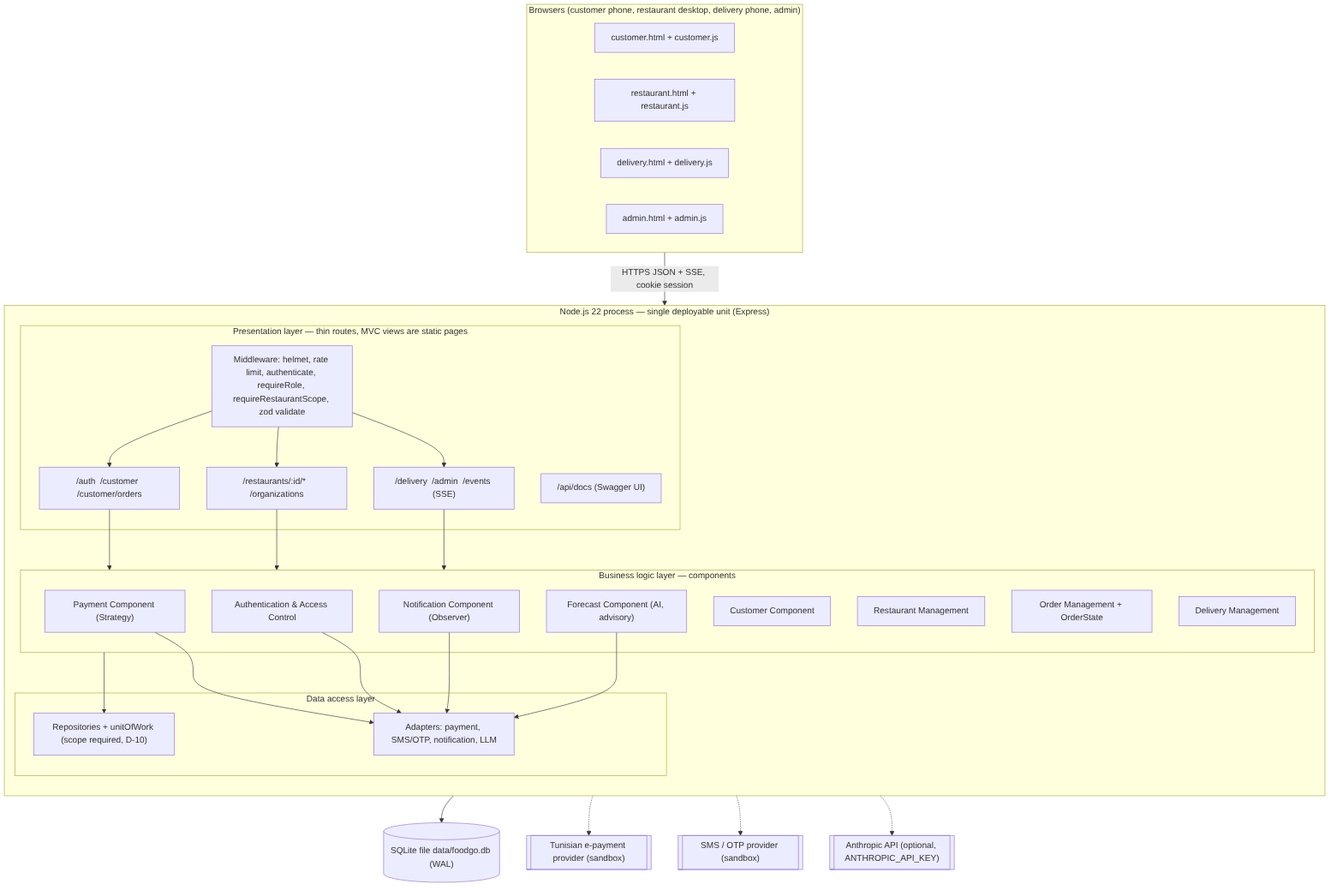
The Mermaid diagram docs/uml/component-deployment.png in HamzaBL04/FoodGO, before a commit. Its source is kept beside it as docs/uml/component-deployment.mmd.
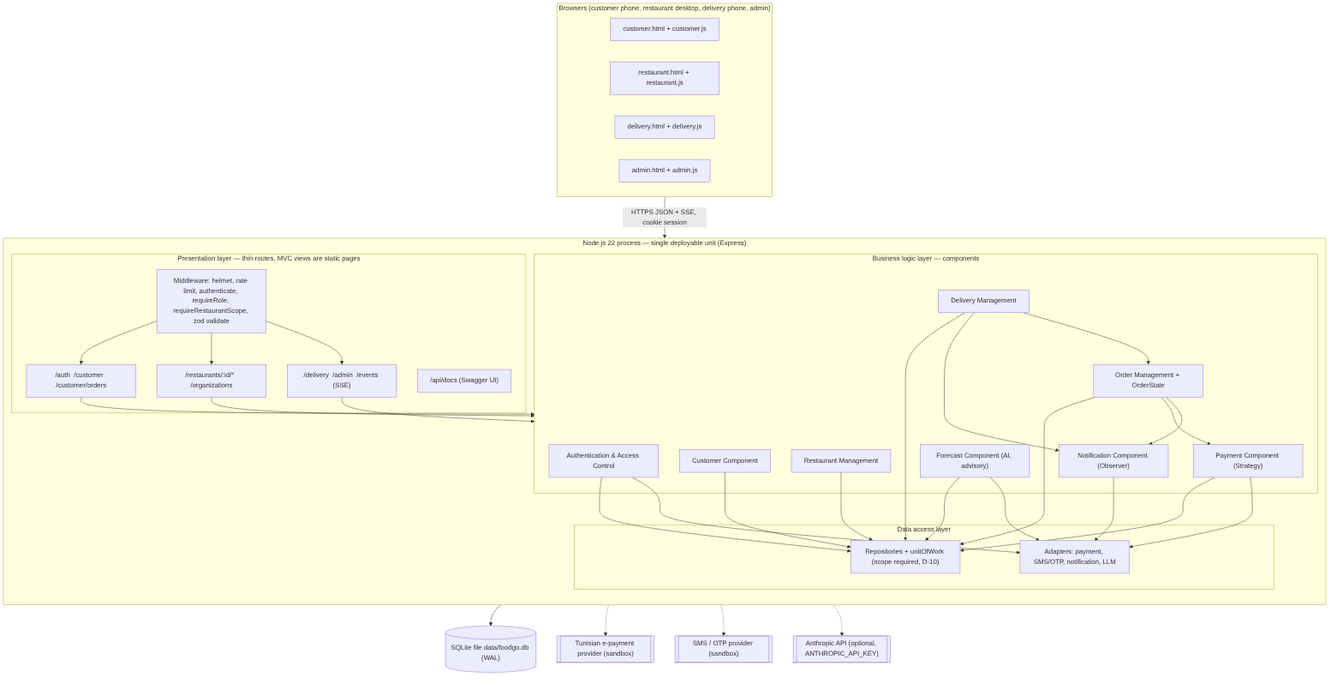
The same file after the commit.

Change to the diagram source:
```diff
@@ -39,7 +39,10 @@
   Clients -- "HTTPS JSON + SSE, cookie session" --> MW
   MW --> R1 & R2 & R3
   R1 & R2 & R3 --> B
-  B --> REPO
+  AUTH & CUS & RM & OM & DM & PC & FC --> REPO
+  OM --> PC
+  OM & DM --> NC
+  DM --> OM
   PC & AUTH & NC & FC --> ADP
   REPO --> DB
   ADP -.-> EXT1 & EXT2 & EXT3
```
